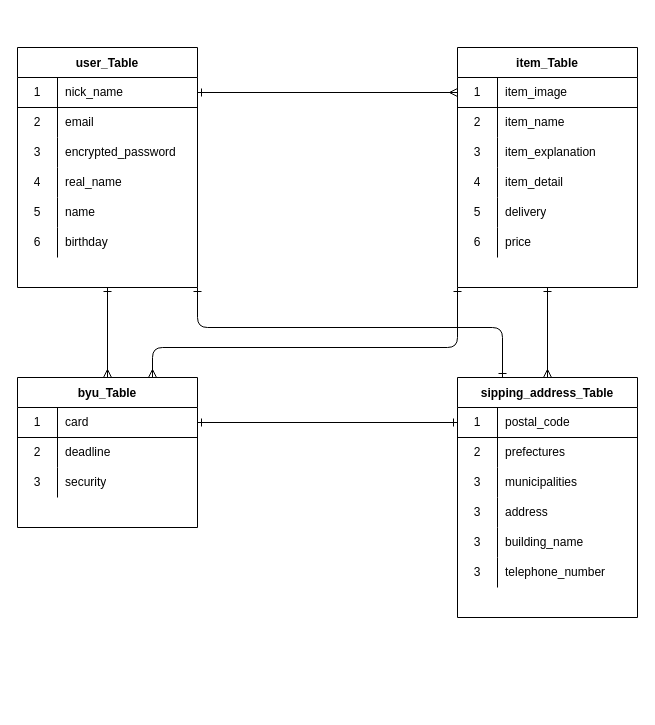
Before: furima.dio in YuuTakamine/furima-37748, a draw.io diagram. Source tidied: cells renumbered, new cells numbered last; positions are measured from the earlier drawing's top-left corner, leaving out a move shared by most shapes. Both pictures are drawn from the tidied source at 100%, with x=0, y=0 at pixel (17, 47).
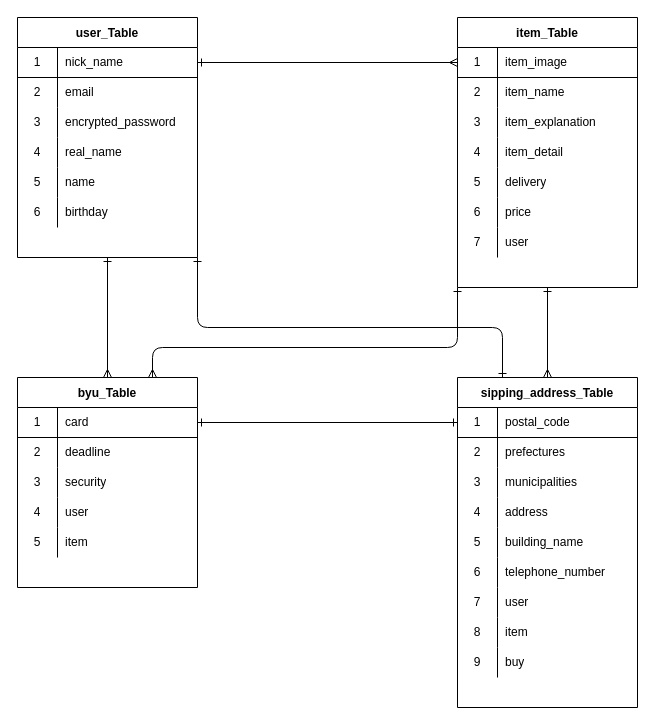
The same page after the edit.

Commit message (it also covers changes not shown here):
データベース設計(２回目)

Unchanged cells that the change refers to:
```xml
<mxCell id="64" style="shape=partialRectangle;html=1;whiteSpace=wrap;fillColor=none;top=0;left=0;bottom=0;right=0;" parent="54" vertex="1">
  <mxGeometry y="120" width="180" height="30" as="geometry" />
</mxCell>
<mxCell id="67" style="shape=partialRectangle;html=1;whiteSpace=wrap;fillColor=none;top=0;left=0;bottom=0;right=0;" parent="54" vertex="1">
  <mxGeometry y="150" width="180" height="30" as="geometry" />
</mxCell>
<mxCell id="70" style="shape=partialRectangle;html=1;whiteSpace=wrap;fillColor=none;top=0;left=0;bottom=0;right=0;" parent="54" vertex="1">
  <mxGeometry y="180" width="180" height="30" as="geometry" />
</mxCell>
```

Change to the diagram source:
```diff
@@
     <mxCell id="4" value="user_Table" style="shape=table;startSize=30;childLayout=tableLayout;rowLines=0;fontStyle=1;align=center;" parent="1" vertex="1">
-      <mxGeometry width="180" height="240" as="geometry" />
+      <mxGeometry y="-30" width="180" height="240" as="geometry" />
     </mxCell>
@@
     <mxCell id="25" value="item_Table" style="shape=table;startSize=30;childLayout=tableLayout;rowLines=0;fontStyle=1;align=center;" parent="1" vertex="1">
-      <mxGeometry x="440" width="180" height="240" as="geometry" />
+      <mxGeometry x="440" y="-30" width="180" height="270" as="geometry" />
     </mxCell>
@@
+    <mxCell id="75" style="shape=partialRectangle;html=1;whiteSpace=wrap;fillColor=none;top=0;left=0;bottom=0;right=0;" parent="25" vertex="1">
+      <mxGeometry y="210" width="180" height="30" as="geometry" />
+    </mxCell>
+    <mxCell id="76" value="7" style="shape=partialRectangle;html=1;whiteSpace=wrap;fillColor=none;top=0;left=0;bottom=0;right=0;overflow=hidden;" parent="75" vertex="1">
+      <mxGeometry width="40" height="30" as="geometry" />
+    </mxCell>
+    <mxCell id="77" value="user" style="shape=partialRectangle;html=1;whiteSpace=wrap;fillColor=none;top=0;left=0;bottom=0;right=0;align=left;spacingLeft=6;overflow=hidden;" parent="75" vertex="1">
+      <mxGeometry x="40" width="140" height="30" as="geometry" />
+    </mxCell>
     <mxCell id="44" value="byu_Table" style="shape=table;startSize=30;childLayout=tableLayout;rowLines=0;fontStyle=1;align=center;" parent="1" vertex="1">
-      <mxGeometry y="330" width="180" height="150" as="geometry" />
+      <mxGeometry y="330" width="180" height="210" as="geometry" />
     </mxCell>
@@
+    <mxCell id="78" style="shape=partialRectangle;html=1;whiteSpace=wrap;fillColor=none;top=0;left=0;bottom=0;right=0;" parent="44" vertex="1">
+      <mxGeometry y="120" width="180" height="30" as="geometry" />
+    </mxCell>
+    <mxCell id="79" value="4" style="shape=partialRectangle;html=1;whiteSpace=wrap;fillColor=none;top=0;left=0;bottom=0;right=0;overflow=hidden;" parent="78" vertex="1">
+      <mxGeometry width="40" height="30" as="geometry" />
+    </mxCell>
+    <mxCell id="80" value="user" style="shape=partialRectangle;html=1;whiteSpace=wrap;fillColor=none;top=0;left=0;bottom=0;right=0;align=left;spacingLeft=6;overflow=hidden;" parent="78" vertex="1">
+      <mxGeometry x="40" width="140" height="30" as="geometry" />
+    </mxCell>
+    <mxCell id="81" style="shape=partialRectangle;html=1;whiteSpace=wrap;fillColor=none;top=0;left=0;bottom=0;right=0;" parent="44" vertex="1">
+      <mxGeometry y="150" width="180" height="30" as="geometry" />
+    </mxCell>
+    <mxCell id="82" value="5" style="shape=partialRectangle;html=1;whiteSpace=wrap;fillColor=none;top=0;left=0;bottom=0;right=0;overflow=hidden;" parent="81" vertex="1">
+      <mxGeometry width="40" height="30" as="geometry" />
+    </mxCell>
+    <mxCell id="83" value="item" style="shape=partialRectangle;html=1;whiteSpace=wrap;fillColor=none;top=0;left=0;bottom=0;right=0;align=left;spacingLeft=6;overflow=hidden;" parent="81" vertex="1">
+      <mxGeometry x="40" width="140" height="30" as="geometry" />
+    </mxCell>
     <mxCell id="54" value="sipping_address_Table" style="shape=table;startSize=30;childLayout=tableLayout;rowLines=0;fontStyle=1;align=center;" parent="1" vertex="1">
-      <mxGeometry x="440" y="330" width="180" height="240" as="geometry" />
+      <mxGeometry x="440" y="330" width="180" height="330" as="geometry" />
     </mxCell>
@@
-    <mxCell id="65" value="3" style="shape=partialRectangle;html=1;whiteSpace=wrap;fillColor=none;top=0;left=0;bottom=0;right=0;overflow=hidden;" parent="64" vertex="1">
+    <mxCell id="65" value="4" style="shape=partialRectangle;html=1;whiteSpace=wrap;fillColor=none;top=0;left=0;bottom=0;right=0;overflow=hidden;" parent="64" vertex="1">
       <mxGeometry width="40" height="30" as="geometry" />
     </mxCell>
@@
-    <mxCell id="68" value="3" style="shape=partialRectangle;html=1;whiteSpace=wrap;fillColor=none;top=0;left=0;bottom=0;right=0;overflow=hidden;" parent="67" vertex="1">
+    <mxCell id="68" value="5" style="shape=partialRectangle;html=1;whiteSpace=wrap;fillColor=none;top=0;left=0;bottom=0;right=0;overflow=hidden;" parent="67" vertex="1">
       <mxGeometry width="40" height="30" as="geometry" />
     </mxCell>
@@
-    <mxCell id="71" value="3" style="shape=partialRectangle;html=1;whiteSpace=wrap;fillColor=none;top=0;left=0;bottom=0;right=0;overflow=hidden;" parent="70" vertex="1">
+    <mxCell id="71" value="6" style="shape=partialRectangle;html=1;whiteSpace=wrap;fillColor=none;top=0;left=0;bottom=0;right=0;overflow=hidden;" parent="70" vertex="1">
       <mxGeometry width="40" height="30" as="geometry" />
     </mxCell>
@@
+    <mxCell id="84" style="shape=partialRectangle;html=1;whiteSpace=wrap;fillColor=none;top=0;left=0;bottom=0;right=0;" parent="54" vertex="1">
+      <mxGeometry y="210" width="180" height="30" as="geometry" />
+    </mxCell>
+    <mxCell id="85" value="7" style="shape=partialRectangle;html=1;whiteSpace=wrap;fillColor=none;top=0;left=0;bottom=0;right=0;overflow=hidden;" parent="84" vertex="1">
+      <mxGeometry width="40" height="30" as="geometry" />
+    </mxCell>
+    <mxCell id="86" value="user" style="shape=partialRectangle;html=1;whiteSpace=wrap;fillColor=none;top=0;left=0;bottom=0;right=0;align=left;spacingLeft=6;overflow=hidden;" parent="84" vertex="1">
+      <mxGeometry x="40" width="140" height="30" as="geometry" />
+    </mxCell>
+    <mxCell id="87" style="shape=partialRectangle;html=1;whiteSpace=wrap;fillColor=none;top=0;left=0;bottom=0;right=0;" parent="54" vertex="1">
+      <mxGeometry y="240" width="180" height="30" as="geometry" />
+    </mxCell>
+    <mxCell id="88" value="8" style="shape=partialRectangle;html=1;whiteSpace=wrap;fillColor=none;top=0;left=0;bottom=0;right=0;overflow=hidden;" parent="87" vertex="1">
+      <mxGeometry width="40" height="30" as="geometry" />
+    </mxCell>
+    <mxCell id="89" value="item" style="shape=partialRectangle;html=1;whiteSpace=wrap;fillColor=none;top=0;left=0;bottom=0;right=0;align=left;spacingLeft=6;overflow=hidden;" parent="87" vertex="1">
+      <mxGeometry x="40" width="140" height="30" as="geometry" />
+    </mxCell>
+    <mxCell id="90" style="shape=partialRectangle;html=1;whiteSpace=wrap;fillColor=none;top=0;left=0;bottom=0;right=0;" parent="54" vertex="1">
+      <mxGeometry y="270" width="180" height="30" as="geometry" />
+    </mxCell>
+    <mxCell id="91" value="9" style="shape=partialRectangle;html=1;whiteSpace=wrap;fillColor=none;top=0;left=0;bottom=0;right=0;overflow=hidden;" parent="90" vertex="1">
+      <mxGeometry width="40" height="30" as="geometry" />
+    </mxCell>
+    <mxCell id="92" value="buy" style="shape=partialRectangle;html=1;whiteSpace=wrap;fillColor=none;top=0;left=0;bottom=0;right=0;align=left;spacingLeft=6;overflow=hidden;" parent="90" vertex="1">
+      <mxGeometry x="40" width="140" height="30" as="geometry" />
+    </mxCell>
```
